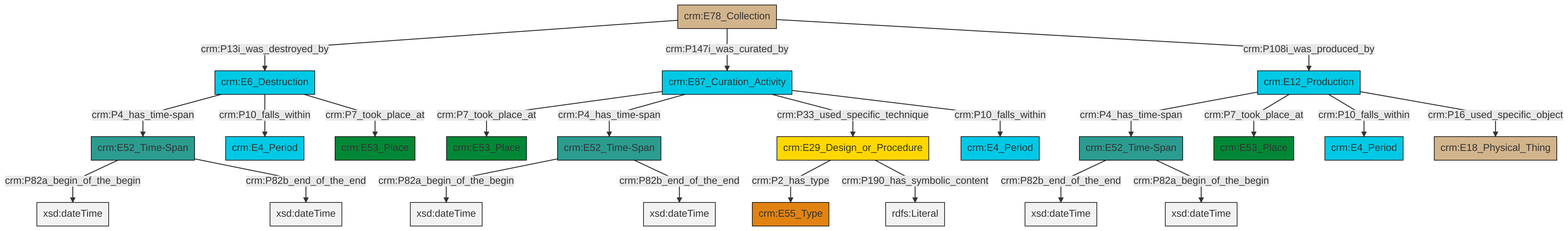
Earlier version of the Mermaid export et/archivalCSV/ttl/mmd/png/archival_existence.png (swiss-art-research-net/docs.swissartresearch). Its source is kept beside it as et/archivalCSV/ttl/mmd/archival_existence.ttl.mmd.
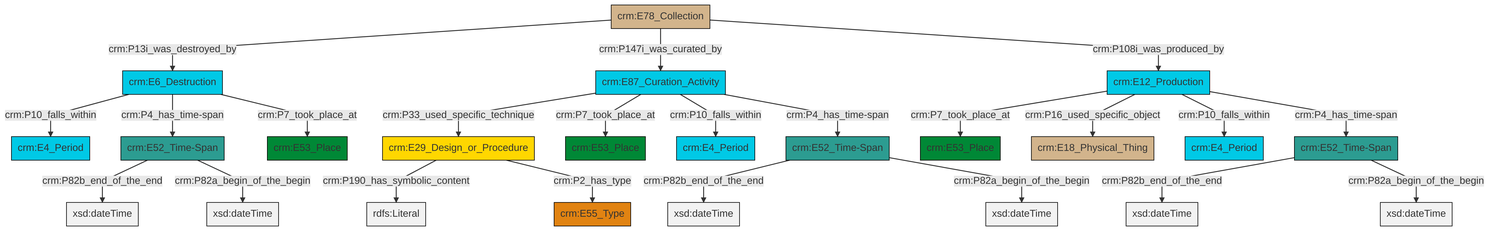
Later version of the same file.

What changed in the source:
```diff
@@ -13,25 +13,25 @@
 classDef PC_Classes fill:#4ce600, stroke:#000000;
 classDef Multi fill:#cccccc,stroke:#000000;
 
-2["crm:E78_Collection"]:::Physical_Thing -->|crm:P13i_was_destroyed_by| 3["crm:E6_Destruction"]:::Temporal_Entity
-3["crm:E6_Destruction"]:::Temporal_Entity -->|crm:P4_has_time-span| 4["crm:E52_Time-Span"]:::Time-Span
-2["crm:E78_Collection"]:::Physical_Thing -->|crm:P147i_was_curated_by| 5["crm:E87_Curation_Activity"]:::Temporal_Entity
-5["crm:E87_Curation_Activity"]:::Temporal_Entity -->|crm:P7_took_place_at| 6["crm:E53_Place"]:::Place
-9["crm:E52_Time-Span"]:::Time-Span -->|crm:P82b_end_of_the_end| 10[xsd:dateTime]:::Literal
-14["crm:E52_Time-Span"]:::Time-Span -->|crm:P82a_begin_of_the_begin| 15[xsd:dateTime]:::Literal
-5["crm:E87_Curation_Activity"]:::Temporal_Entity -->|crm:P4_has_time-span| 14["crm:E52_Time-Span"]:::Time-Span
-17["crm:E12_Production"]:::Temporal_Entity -->|crm:P4_has_time-span| 9["crm:E52_Time-Span"]:::Time-Span
-2["crm:E78_Collection"]:::Physical_Thing -->|crm:P108i_was_produced_by| 17["crm:E12_Production"]:::Temporal_Entity
-3["crm:E6_Destruction"]:::Temporal_Entity -->|crm:P10_falls_within| 18["crm:E4_Period"]:::Temporal_Entity
-17["crm:E12_Production"]:::Temporal_Entity -->|crm:P7_took_place_at| 19["crm:E53_Place"]:::Place
-9["crm:E52_Time-Span"]:::Time-Span -->|crm:P82a_begin_of_the_begin| 21[xsd:dateTime]:::Literal
-4["crm:E52_Time-Span"]:::Time-Span -->|crm:P82a_begin_of_the_begin| 23[xsd:dateTime]:::Literal
-5["crm:E87_Curation_Activity"]:::Temporal_Entity -->|crm:P33_used_specific_technique| 26["crm:E29_Design_or_Procedure"]:::Conceptual_Object
-14["crm:E52_Time-Span"]:::Time-Span -->|crm:P82b_end_of_the_end| 27[xsd:dateTime]:::Literal
-26["crm:E29_Design_or_Procedure"]:::Conceptual_Object -->|crm:P2_has_type| 29["crm:E55_Type"]:::Type
-3["crm:E6_Destruction"]:::Temporal_Entity -->|crm:P7_took_place_at| 7["crm:E53_Place"]:::Place
-4["crm:E52_Time-Span"]:::Time-Span -->|crm:P82b_end_of_the_end| 30[xsd:dateTime]:::Literal
-5["crm:E87_Curation_Activity"]:::Temporal_Entity -->|crm:P10_falls_within| 12["crm:E4_Period"]:::Temporal_Entity
-17["crm:E12_Production"]:::Temporal_Entity -->|crm:P10_falls_within| 24["crm:E4_Period"]:::Temporal_Entity
-17["crm:E12_Production"]:::Temporal_Entity -->|crm:P16_used_specific_object| 0["crm:E18_Physical_Thing"]:::Physical_Thing
-26["crm:E29_Design_or_Procedure"]:::Conceptual_Object -->|crm:P190_has_symbolic_content| 37[rdfs:Literal]:::Literal
+0["crm:E52_Time-Span"]:::Time-Span -->|crm:P82b_end_of_the_end| 1[xsd:dateTime]:::Literal
+4["crm:E78_Collection"]:::Physical_Thing -->|crm:P13i_was_destroyed_by| 5["crm:E6_Destruction"]:::Temporal_Entity
+7["crm:E87_Curation_Activity"]:::Temporal_Entity -->|crm:P33_used_specific_technique| 8["crm:E29_Design_or_Procedure"]:::Conceptual_Object
+11["crm:E12_Production"]:::Temporal_Entity -->|crm:P7_took_place_at| 12["crm:E53_Place"]:::Place
+13["crm:E52_Time-Span"]:::Time-Span -->|crm:P82b_end_of_the_end| 14[xsd:dateTime]:::Literal
+5["crm:E6_Destruction"]:::Temporal_Entity -->|crm:P10_falls_within| 15["crm:E4_Period"]:::Temporal_Entity
+11["crm:E12_Production"]:::Temporal_Entity -->|crm:P16_used_specific_object| 9["crm:E18_Physical_Thing"]:::Physical_Thing
+13["crm:E52_Time-Span"]:::Time-Span -->|crm:P82a_begin_of_the_begin| 19[xsd:dateTime]:::Literal
+8["crm:E29_Design_or_Procedure"]:::Conceptual_Object -->|crm:P190_has_symbolic_content| 21[rdfs:Literal]:::Literal
+22["crm:E52_Time-Span"]:::Time-Span -->|crm:P82b_end_of_the_end| 29[xsd:dateTime]:::Literal
+7["crm:E87_Curation_Activity"]:::Temporal_Entity -->|crm:P7_took_place_at| 24["crm:E53_Place"]:::Place
+11["crm:E12_Production"]:::Temporal_Entity -->|crm:P10_falls_within| 30["crm:E4_Period"]:::Temporal_Entity
+0["crm:E52_Time-Span"]:::Time-Span -->|crm:P82a_begin_of_the_begin| 31[xsd:dateTime]:::Literal
+5["crm:E6_Destruction"]:::Temporal_Entity -->|crm:P4_has_time-span| 22["crm:E52_Time-Span"]:::Time-Span
+4["crm:E78_Collection"]:::Physical_Thing -->|crm:P147i_was_curated_by| 7["crm:E87_Curation_Activity"]:::Temporal_Entity
+11["crm:E12_Production"]:::Temporal_Entity -->|crm:P4_has_time-span| 13["crm:E52_Time-Span"]:::Time-Span
+8["crm:E29_Design_or_Procedure"]:::Conceptual_Object -->|crm:P2_has_type| 27["crm:E55_Type"]:::Type
+4["crm:E78_Collection"]:::Physical_Thing -->|crm:P108i_was_produced_by| 11["crm:E12_Production"]:::Temporal_Entity
+7["crm:E87_Curation_Activity"]:::Temporal_Entity -->|crm:P10_falls_within| 34["crm:E4_Period"]:::Temporal_Entity
+22["crm:E52_Time-Span"]:::Time-Span -->|crm:P82a_begin_of_the_begin| 37[xsd:dateTime]:::Literal
+7["crm:E87_Curation_Activity"]:::Temporal_Entity -->|crm:P4_has_time-span| 0["crm:E52_Time-Span"]:::Time-Span
+5["crm:E6_Destruction"]:::Temporal_Entity -->|crm:P7_took_place_at| 2["crm:E53_Place"]:::Place
```
